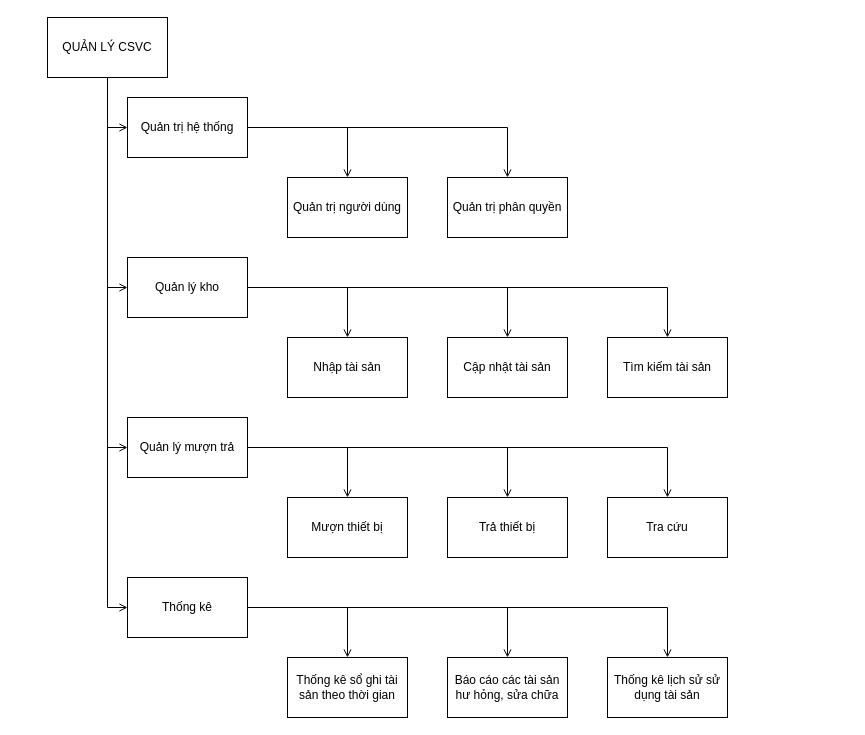
Earlier version of the draw.io diagram PhanCapChucNang.drawio (LocalHost127000/OODA). Source tidied: cells renumbered, new cells numbered last; positions are measured from the earlier drawing's top-left corner, leaving out a move shared by most shapes. Both pictures are drawn from the tidied source at 100%, with x=0, y=0 at pixel (47, 17).
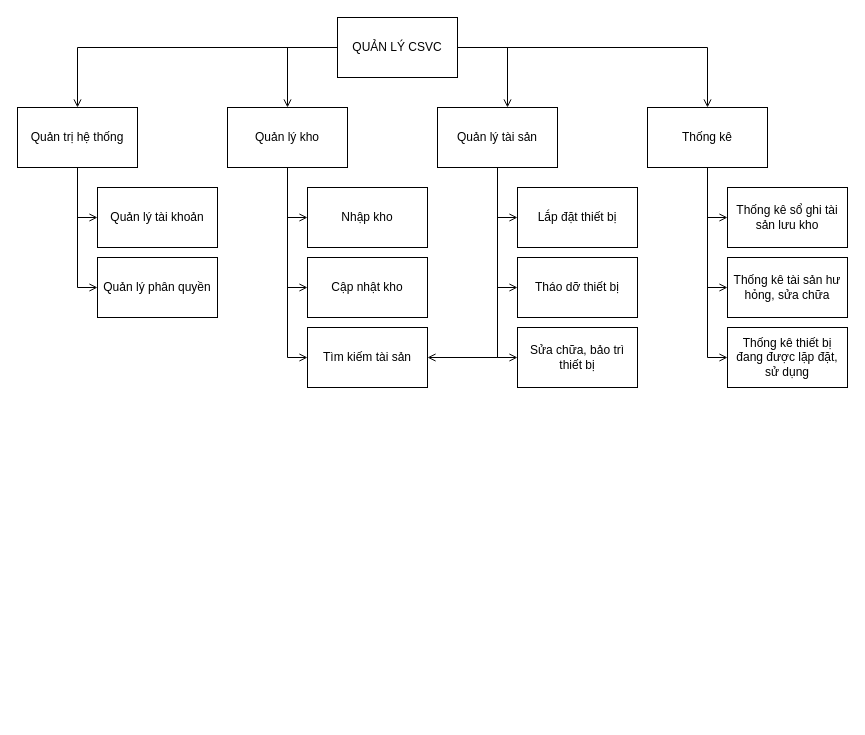
The same page after the edit.

Diff of the diagram source:
```diff
@@
+    <mxCell id="5" style="edgeStyle=orthogonalEdgeStyle;rounded=0;jettySize=auto;html=1;entryX=0.5;entryY=0;entryDx=0;entryDy=0;endArrow=open;endFill=0;" parent="1" edge="1" source="6" target="17">
+      <mxGeometry relative="1" as="geometry">
+        <Array as="points">
+          <mxPoint x="30" y="30" />
+        </Array>
+      </mxGeometry>
+    </mxCell>
-    <mxCell id="2" style="edgeStyle=orthogonalEdgeStyle;rounded=0;jettySize=auto;html=1;entryX=0;entryY=0.5;entryDx=0;entryDy=0;endArrow=open;endFill=0;" parent="1" edge="1" source="6" target="21">
-      <mxGeometry relative="1" as="geometry" />
+    <mxCell id="2" style="edgeStyle=orthogonalEdgeStyle;rounded=0;jettySize=auto;html=1;endArrow=open;endFill=0;" parent="1" edge="1" source="6" target="21">
+      <mxGeometry relative="1" as="geometry">
+        <Array as="points">
+          <mxPoint x="240" y="30" />
+        </Array>
+      </mxGeometry>
     </mxCell>
-    <mxCell id="3" style="edgeStyle=orthogonalEdgeStyle;rounded=0;jettySize=auto;html=1;entryX=0;entryY=0.5;entryDx=0;entryDy=0;endArrow=open;endFill=0;" parent="1" edge="1" source="6" target="10">
-      <mxGeometry relative="1" as="geometry" />
+    <mxCell id="3" style="edgeStyle=orthogonalEdgeStyle;rounded=0;jettySize=auto;html=1;endArrow=open;endFill=0;" parent="1" edge="1" source="6" target="10">
+      <mxGeometry relative="1" as="geometry">
+        <Array as="points">
+          <mxPoint x="460" y="30" />
+        </Array>
+      </mxGeometry>
     </mxCell>
-    <mxCell id="4" style="edgeStyle=orthogonalEdgeStyle;rounded=0;jettySize=auto;html=1;entryX=0;entryY=0.5;entryDx=0;entryDy=0;endArrow=open;endFill=0;" parent="1" edge="1" source="6" target="14">
+    <mxCell id="4" style="edgeStyle=orthogonalEdgeStyle;rounded=0;jettySize=auto;html=1;endArrow=open;endFill=0;" parent="1" edge="1" source="6" target="14">
       <mxGeometry relative="1" as="geometry" />
     </mxCell>
-    <mxCell id="5" style="edgeStyle=orthogonalEdgeStyle;rounded=0;jettySize=auto;html=1;entryX=0;entryY=0.5;entryDx=0;entryDy=0;endArrow=open;endFill=0;" parent="1" edge="1" source="6" target="17">
-      <mxGeometry relative="1" as="geometry" />
-    </mxCell>
     <mxCell id="6" value="QUẢN LÝ CSVC" style="rounded=0;whiteSpace=wrap;html=1;" parent="1" vertex="1">
-      <mxGeometry width="120" height="60" as="geometry" />
+      <mxGeometry x="290" width="120" height="60" as="geometry" />
     </mxCell>
-    <mxCell id="7" style="edgeStyle=orthogonalEdgeStyle;rounded=0;jettySize=auto;html=1;endArrow=open;endFill=0;" parent="1" edge="1" source="10" target="27">
+    <mxCell id="7" style="edgeStyle=orthogonalEdgeStyle;rounded=0;jettySize=auto;html=1;entryX=0;entryY=0.5;entryDx=0;entryDy=0;endArrow=open;endFill=0;" parent="1" edge="1" source="10" target="27">
       <mxGeometry relative="1" as="geometry" />
     </mxCell>
-    <mxCell id="8" style="edgeStyle=orthogonalEdgeStyle;rounded=0;jettySize=auto;html=1;entryX=0.5;entryY=0;entryDx=0;entryDy=0;endArrow=open;endFill=0;" parent="1" edge="1" source="10" target="28">
+    <mxCell id="8" style="edgeStyle=orthogonalEdgeStyle;rounded=0;jettySize=auto;html=1;entryX=0;entryY=0.5;entryDx=0;entryDy=0;endArrow=open;endFill=0;" parent="1" edge="1" source="10" target="28">
       <mxGeometry relative="1" as="geometry" />
     </mxCell>
-    <mxCell id="9" style="edgeStyle=orthogonalEdgeStyle;rounded=0;jettySize=auto;html=1;entryX=0.5;entryY=0;entryDx=0;entryDy=0;endArrow=open;endFill=0;" parent="1" edge="1" source="10" target="29">
-      <mxGeometry relative="1" as="geometry" />
-    </mxCell>
+    <mxCell id="33" style="edgeStyle=orthogonalEdgeStyle;rounded=0;jettySize=auto;html=1;entryX=0;entryY=0.5;entryDx=0;entryDy=0;endArrow=open;endFill=0;" parent="1" edge="1" source="10" target="36">
+      <mxGeometry relative="1" as="geometry" />
+    </mxCell>
+    <mxCell id="34" style="edgeStyle=orthogonalEdgeStyle;rounded=0;jettySize=auto;html=1;entryX=1;entryY=0.5;entryDx=0;entryDy=0;endArrow=open;endFill=0;" parent="1" edge="1" source="10" target="26">
+      <mxGeometry relative="1" as="geometry">
+        <Array as="points">
+          <mxPoint x="450" y="340" />
+        </Array>
+      </mxGeometry>
+    </mxCell>
-    <mxCell id="10" value="Quản lý mượn trả" style="rounded=0;whiteSpace=wrap;html=1;" parent="1" vertex="1">
-      <mxGeometry x="80" y="400" width="120" height="60" as="geometry" />
+    <mxCell id="10" value="Quản lý tài sản" style="rounded=0;whiteSpace=wrap;html=1;" parent="1" vertex="1">
+      <mxGeometry x="390" y="90" width="120" height="60" as="geometry" />
     </mxCell>
-    <mxCell id="11" style="edgeStyle=orthogonalEdgeStyle;rounded=0;jettySize=auto;html=1;endArrow=open;endFill=0;" parent="1" edge="1" source="14" target="30">
+    <mxCell id="11" style="edgeStyle=orthogonalEdgeStyle;rounded=0;jettySize=auto;html=1;entryX=0;entryY=0.5;entryDx=0;entryDy=0;endArrow=open;endFill=0;" parent="1" edge="1" source="14" target="30">
       <mxGeometry relative="1" as="geometry" />
     </mxCell>
-    <mxCell id="12" style="edgeStyle=orthogonalEdgeStyle;rounded=0;jettySize=auto;html=1;entryX=0.5;entryY=0;entryDx=0;entryDy=0;endArrow=open;endFill=0;" parent="1" edge="1" source="14" target="31">
+    <mxCell id="12" style="edgeStyle=orthogonalEdgeStyle;rounded=0;jettySize=auto;html=1;entryX=0;entryY=0.5;entryDx=0;entryDy=0;endArrow=open;endFill=0;" parent="1" edge="1" source="14" target="31">
       <mxGeometry relative="1" as="geometry" />
     </mxCell>
-    <mxCell id="13" style="edgeStyle=orthogonalEdgeStyle;rounded=0;jettySize=auto;html=1;endArrow=open;endFill=0;" parent="1" edge="1" source="14" target="32">
+    <mxCell id="13" style="edgeStyle=orthogonalEdgeStyle;rounded=0;jettySize=auto;html=1;entryX=0;entryY=0.5;entryDx=0;entryDy=0;endArrow=open;endFill=0;" parent="1" edge="1" source="14" target="32">
       <mxGeometry relative="1" as="geometry" />
     </mxCell>
     <mxCell id="14" value="Thống kê" style="rounded=0;whiteSpace=wrap;html=1;" parent="1" vertex="1">
-      <mxGeometry x="80" y="560" width="120" height="60" as="geometry" />
+      <mxGeometry x="600" y="90" width="120" height="60" as="geometry" />
     </mxCell>
-    <mxCell id="15" style="edgeStyle=orthogonalEdgeStyle;rounded=0;jettySize=auto;html=1;entryX=0.5;entryY=0;entryDx=0;entryDy=0;endArrow=open;endFill=0;" parent="1" edge="1" source="17" target="22">
+    <mxCell id="15" style="edgeStyle=orthogonalEdgeStyle;rounded=0;jettySize=auto;html=1;endArrow=open;endFill=0;entryX=0;entryY=0.5;entryDx=0;entryDy=0;" parent="1" edge="1" source="17" target="22">
       <mxGeometry relative="1" as="geometry" />
     </mxCell>
-    <mxCell id="16" style="edgeStyle=orthogonalEdgeStyle;rounded=0;jettySize=auto;html=1;entryX=0.5;entryY=0;entryDx=0;entryDy=0;endArrow=open;endFill=0;" parent="1" edge="1" source="17" target="23">
-      <mxGeometry relative="1" as="geometry" />
-    </mxCell>
+    <mxCell id="35" style="edgeStyle=orthogonalEdgeStyle;rounded=0;jettySize=auto;html=1;entryX=0;entryY=0.5;entryDx=0;entryDy=0;endArrow=open;endFill=0;" parent="1" edge="1" source="17" target="37">
+      <mxGeometry relative="1" as="geometry" />
+    </mxCell>
     <mxCell id="17" value="Quản trị hệ thống" style="rounded=0;whiteSpace=wrap;html=1;" parent="1" vertex="1">
-      <mxGeometry x="80" y="80" width="120" height="60" as="geometry" />
+      <mxGeometry x="-30" y="90" width="120" height="60" as="geometry" />
     </mxCell>
-    <mxCell id="18" style="edgeStyle=orthogonalEdgeStyle;rounded=0;jettySize=auto;html=1;entryX=0.5;entryY=0;entryDx=0;entryDy=0;endArrow=open;endFill=0;" parent="1" edge="1" source="21" target="24">
-      <mxGeometry relative="1" as="geometry" />
+    <mxCell id="18" style="edgeStyle=orthogonalEdgeStyle;rounded=0;jettySize=auto;html=1;endArrow=open;endFill=0;entryX=0;entryY=0.5;entryDx=0;entryDy=0;" parent="1" edge="1" source="21" target="24">
+      <mxGeometry relative="1" as="geometry">
+        <Array as="points">
+          <mxPoint x="240" y="200" />
+        </Array>
+      </mxGeometry>
     </mxCell>
+    <mxCell id="20" style="edgeStyle=orthogonalEdgeStyle;rounded=0;jettySize=auto;html=1;endArrow=open;endFill=0;entryX=0;entryY=0.5;entryDx=0;entryDy=0;" parent="1" edge="1" source="21" target="26">
+      <mxGeometry relative="1" as="geometry" />
+    </mxCell>
-    <mxCell id="19" style="edgeStyle=orthogonalEdgeStyle;rounded=0;jettySize=auto;html=1;entryX=0.5;entryY=0;entryDx=0;entryDy=0;endArrow=open;endFill=0;" parent="1" edge="1" source="21" target="25">
-      <mxGeometry relative="1" as="geometry" />
+    <mxCell id="19" style="edgeStyle=orthogonalEdgeStyle;rounded=0;jettySize=auto;html=1;endArrow=open;endFill=0;" parent="1" edge="1" source="21" target="25">
+      <mxGeometry relative="1" as="geometry">
+        <Array as="points">
+          <mxPoint x="240" y="270" />
+        </Array>
+      </mxGeometry>
     </mxCell>
-    <mxCell id="20" style="edgeStyle=orthogonalEdgeStyle;rounded=0;jettySize=auto;html=1;entryX=0.5;entryY=0;entryDx=0;entryDy=0;endArrow=open;endFill=0;" parent="1" edge="1" source="21" target="26">
-      <mxGeometry relative="1" as="geometry" />
-    </mxCell>
     <mxCell id="21" value="Quản lý kho" style="rounded=0;whiteSpace=wrap;html=1;" parent="1" vertex="1">
-      <mxGeometry x="80" y="240" width="120" height="60" as="geometry" />
+      <mxGeometry x="180" y="90" width="120" height="60" as="geometry" />
     </mxCell>
-    <mxCell id="22" value="Quản trị người dùng" style="rounded=0;whiteSpace=wrap;html=1;" parent="1" vertex="1">
-      <mxGeometry x="240" y="160" width="120" height="60" as="geometry" />
+    <mxCell id="22" value="Quản lý tài khoản" style="rounded=0;whiteSpace=wrap;html=1;" parent="1" vertex="1">
+      <mxGeometry x="50" y="170" width="120" height="60" as="geometry" />
     </mxCell>
-    <mxCell id="23" value="Quản trị phân quyền" style="rounded=0;whiteSpace=wrap;html=1;" parent="1" vertex="1">
-      <mxGeometry x="400" y="160" width="120" height="60" as="geometry" />
-    </mxCell>
-    <mxCell id="24" value="Nhập tài sản" style="rounded=0;whiteSpace=wrap;html=1;" parent="1" vertex="1">
-      <mxGeometry x="240" y="320" width="120" height="60" as="geometry" />
+    <mxCell id="24" value="Nhập kho" style="rounded=0;whiteSpace=wrap;html=1;" parent="1" vertex="1">
+      <mxGeometry x="260" y="170" width="120" height="60" as="geometry" />
     </mxCell>
-    <mxCell id="25" value="Cập nhật tài sản" style="rounded=0;whiteSpace=wrap;html=1;" parent="1" vertex="1">
-      <mxGeometry x="400" y="320" width="120" height="60" as="geometry" />
+    <mxCell id="25" value="Cập nhật kho" style="rounded=0;whiteSpace=wrap;html=1;" parent="1" vertex="1">
+      <mxGeometry x="260" y="240" width="120" height="60" as="geometry" />
     </mxCell>
     <mxCell id="26" value="Tìm kiếm tài sản" style="rounded=0;whiteSpace=wrap;html=1;" parent="1" vertex="1">
-      <mxGeometry x="560" y="320" width="120" height="60" as="geometry" />
+      <mxGeometry x="260" y="310" width="120" height="60" as="geometry" />
     </mxCell>
-    <mxCell id="27" value="Mượn thiết bị" style="rounded=0;whiteSpace=wrap;html=1;" parent="1" vertex="1">
-      <mxGeometry x="240" y="480" width="120" height="60" as="geometry" />
+    <mxCell id="27" value="Lắp đặt thiết bị" style="rounded=0;whiteSpace=wrap;html=1;" parent="1" vertex="1">
+      <mxGeometry x="470" y="170" width="120" height="60" as="geometry" />
     </mxCell>
-    <mxCell id="28" value="Trả thiết bị" style="rounded=0;whiteSpace=wrap;html=1;" parent="1" vertex="1">
-      <mxGeometry x="400" y="480" width="120" height="60" as="geometry" />
+    <mxCell id="28" value="Tháo dỡ thiết bị" style="rounded=0;whiteSpace=wrap;html=1;" parent="1" vertex="1">
+      <mxGeometry x="470" y="240" width="120" height="60" as="geometry" />
     </mxCell>
-    <mxCell id="29" value="Tra cứu" style="rounded=0;whiteSpace=wrap;html=1;" parent="1" vertex="1">
-      <mxGeometry x="560" y="480" width="120" height="60" as="geometry" />
-    </mxCell>
-    <mxCell id="30" value="Thống kê sổ ghi tài sản theo thời gian" style="rounded=0;whiteSpace=wrap;html=1;" parent="1" vertex="1">
-      <mxGeometry x="240" y="640" width="120" height="60" as="geometry" />
+    <mxCell id="30" value="Thống kê sổ ghi tài sản lưu kho" style="rounded=0;whiteSpace=wrap;html=1;" parent="1" vertex="1">
+      <mxGeometry x="680" y="170" width="120" height="60" as="geometry" />
     </mxCell>
-    <mxCell id="31" value="Báo cáo các tài sản hư hỏng, sửa chữa" style="rounded=0;whiteSpace=wrap;html=1;" parent="1" vertex="1">
-      <mxGeometry x="400" y="640" width="120" height="60" as="geometry" />
+    <mxCell id="31" value="Thống kê tài sản hư hỏng, sửa chữa" style="rounded=0;whiteSpace=wrap;html=1;" parent="1" vertex="1">
+      <mxGeometry x="680" y="240" width="120" height="60" as="geometry" />
     </mxCell>
-    <mxCell id="32" value="Thống kê lịch sử sử dụng tài sản" style="rounded=0;whiteSpace=wrap;html=1;" parent="1" vertex="1">
-      <mxGeometry x="560" y="640" width="120" height="60" as="geometry" />
+    <mxCell id="32" value="Thống kê thiết bị đang được lặp đặt, sử dụng" style="rounded=0;whiteSpace=wrap;html=1;" parent="1" vertex="1">
+      <mxGeometry x="680" y="310" width="120" height="60" as="geometry" />
     </mxCell>
+    <mxCell id="36" value="Sửa chữa, bảo trì thiết bị" style="rounded=0;whiteSpace=wrap;html=1;" parent="1" vertex="1">
+      <mxGeometry x="470" y="310" width="120" height="60" as="geometry" />
+    </mxCell>
+    <mxCell id="37" value="Quản lý phân quyền" style="rounded=0;whiteSpace=wrap;html=1;" parent="1" vertex="1">
+      <mxGeometry x="50" y="240" width="120" height="60" as="geometry" />
+    </mxCell>
```
